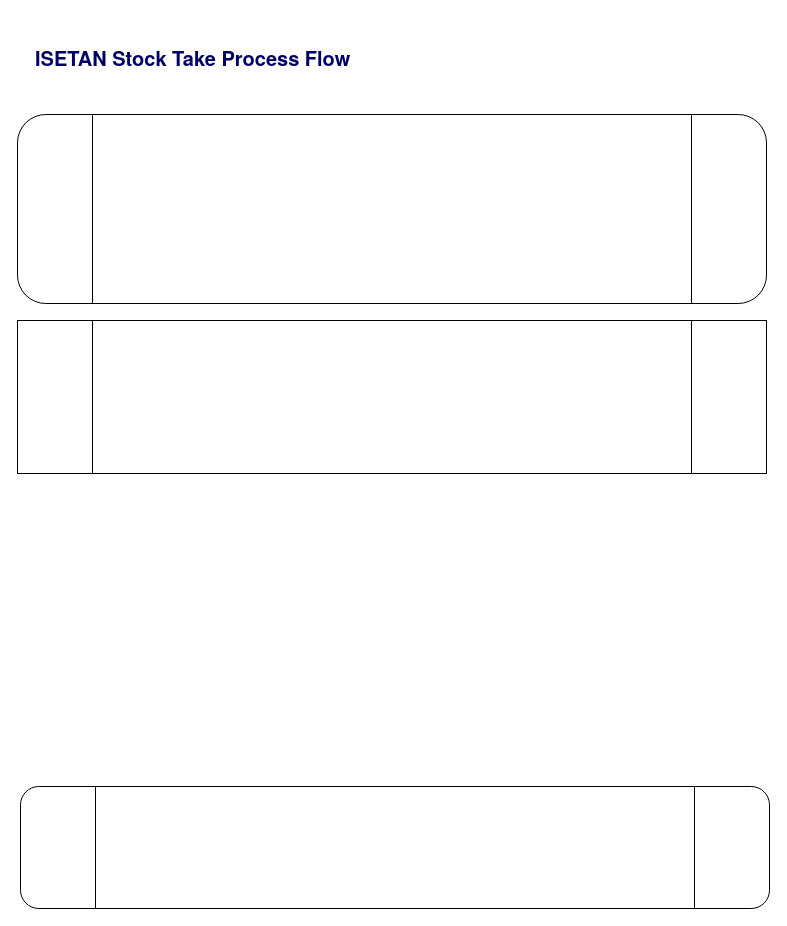
This is StockTake_Process_Flow.drawio from kasungl/Isetan_Help, a draw.io file, before an edit. Source tidied: cells renumbered, new cells numbered last; positions are measured from the earlier drawing's top-left corner, leaving out a move shared by most shapes. Both pictures are drawn from the tidied source at 100%, with x=0, y=0 at pixel (17, 37).
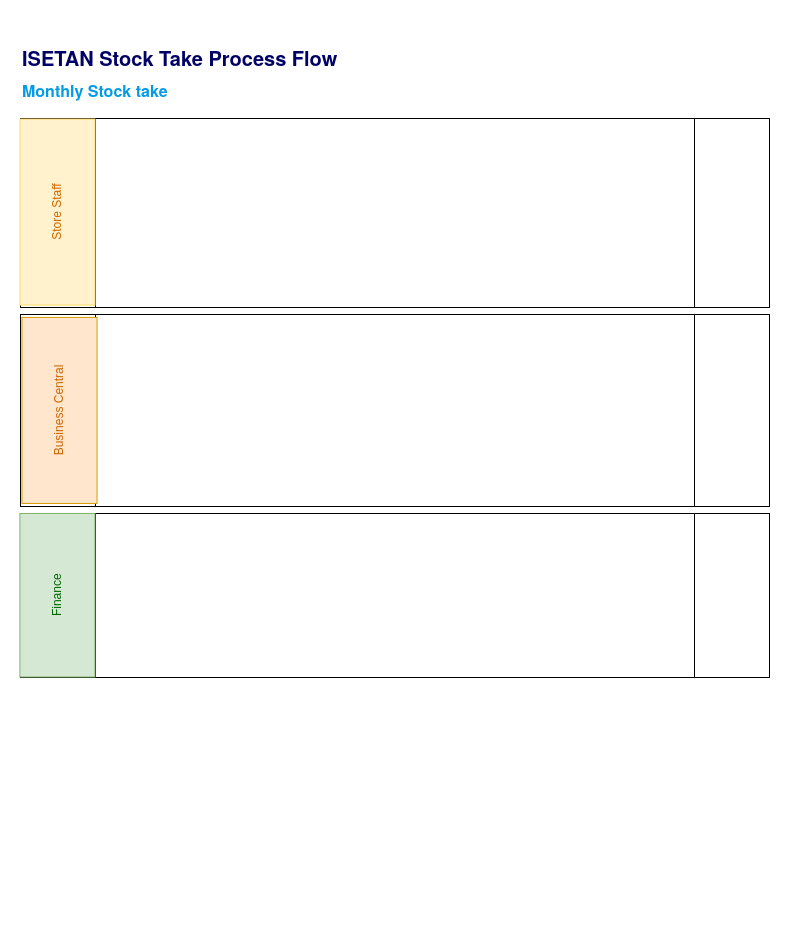
The same page after the edit.

What changed in the source:
```diff
@@
 <mxGraphModel>
   <root>
     <mxCell id="0" />
     <mxCell id="1" parent="0" />
     <mxCell id="2" value="&lt;h2 style=&quot;box-sizing: border-box; margin-top: 1.75rem; margin-bottom: 0.5rem; line-height: 1.2; font-size: 20px; padding-bottom: 1rem; font-family: &amp;quot;Source Sans Pro&amp;quot;, HelveticaNeue-Light, &amp;quot;Helvetica Neue Light&amp;quot;, &amp;quot;Helvetica Neue&amp;quot;, Helvetica, Arial, &amp;quot;Lucida Grande&amp;quot;, sans-serif; background-color: rgb(255, 255, 255);&quot;&gt;ISETAN Stock Take Process Flow&lt;/h2&gt;" style="text;html=1;align=left;verticalAlign=middle;whiteSpace=wrap;rounded=0;fontSize=20;fontStyle=1;fontColor=#000066;" parent="1" vertex="1">
-      <mxGeometry x="16" width="478" height="36" as="geometry" />
+      <mxGeometry x="3" width="478" height="36" as="geometry" />
     </mxCell>
-    <mxCell id="3" style="shape=process;whiteSpace=wrap;html=1;backgroundOutline=1;rounded=1;" parent="1" vertex="1">
-      <mxGeometry y="77" width="749" height="189" as="geometry" />
+    <mxCell id="3" style="shape=process;whiteSpace=wrap;html=1;backgroundOutline=1;rounded=0;" parent="1" vertex="1">
+      <mxGeometry x="3" y="81" width="749" height="189" as="geometry" />
     </mxCell>
     <mxCell id="4" style="shape=process;whiteSpace=wrap;html=1;backgroundOutline=1;rounded=0;" parent="1" vertex="1">
-      <mxGeometry y="283" width="749" height="153" as="geometry" />
+      <mxGeometry x="3" y="277" width="749" height="192" as="geometry" />
     </mxCell>
-    <mxCell id="5" style="shape=process;whiteSpace=wrap;html=1;backgroundOutline=1;rounded=1;" parent="1" vertex="1">
-      <mxGeometry x="3" y="749" width="749" height="122" as="geometry" />
+    <mxCell id="5" style="shape=process;whiteSpace=wrap;html=1;backgroundOutline=1;rounded=0;" parent="1" vertex="1">
+      <mxGeometry x="3" y="476" width="749" height="164" as="geometry" />
     </mxCell>
+    <mxCell id="6" value="Store Staff" style="rounded=0;whiteSpace=wrap;html=1;rotation=-90;strokeColor=#FFD966;fillColor=#fff2cc;fontColor=#CC6600;labelBorderColor=none;" parent="1" vertex="1">
+      <mxGeometry x="-53" y="137" width="186" height="75.1" as="geometry" />
+    </mxCell>
+    <mxCell id="7" value="&lt;h2 style=&quot;box-sizing: border-box; margin-top: 1.75rem; margin-bottom: 0.5rem; line-height: 1.2; font-size: 16px; color: rgb(3, 155, 229); padding-bottom: 1rem; font-family: &amp;quot;Source Sans Pro&amp;quot;, HelveticaNeue-Light, &amp;quot;Helvetica Neue Light&amp;quot;, &amp;quot;Helvetica Neue&amp;quot;, Helvetica, Arial, &amp;quot;Lucida Grande&amp;quot;, sans-serif; background-color: rgb(255, 255, 255);&quot;&gt;Monthly Stock take&lt;/h2&gt;" style="text;html=1;align=left;verticalAlign=middle;whiteSpace=wrap;rounded=0;fontSize=16;fontStyle=1;" parent="1" vertex="1">
+      <mxGeometry x="3" y="36" width="478" height="30" as="geometry" />
+    </mxCell>
+    <mxCell id="8" value="Finance" style="rounded=0;whiteSpace=wrap;html=1;rotation=-90;strokeColor=#82b366;fillColor=#d5e8d4;labelBorderColor=none;fontColor=#006600;" parent="1" vertex="1">
+      <mxGeometry x="-41.8" y="520.2" width="163.5" height="75.1" as="geometry" />
+    </mxCell>
+    <mxCell id="9" value="Business Central" style="rounded=0;whiteSpace=wrap;html=1;rotation=-90;strokeColor=#d79b00;fillColor=#ffe6cc;labelBorderColor=none;fontColor=#CC6600;" parent="1" vertex="1">
+      <mxGeometry x="-51" y="335.4" width="186" height="75.1" as="geometry" />
+    </mxCell>
   </root>
 </mxGraphModel>
```
